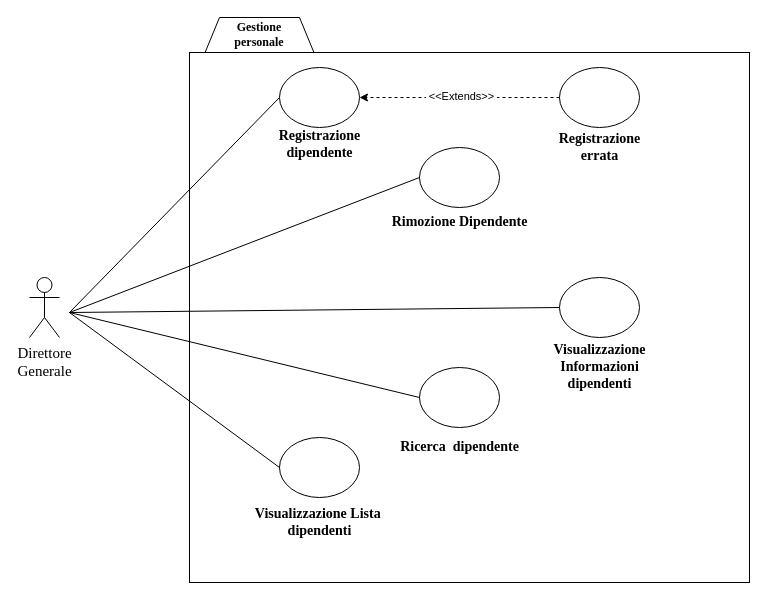
Above: bozze/GestionePersonaleALPHA.drawio in Carmineh/IT-Manager (draw.io), before the change. Source tidied: cells renumbered, new cells numbered last; positions are measured from the earlier drawing's top-left corner, leaving out a move shared by most shapes. Both pictures are drawn from the tidied source at 100%, with x=0, y=0 at pixel (29, 17).
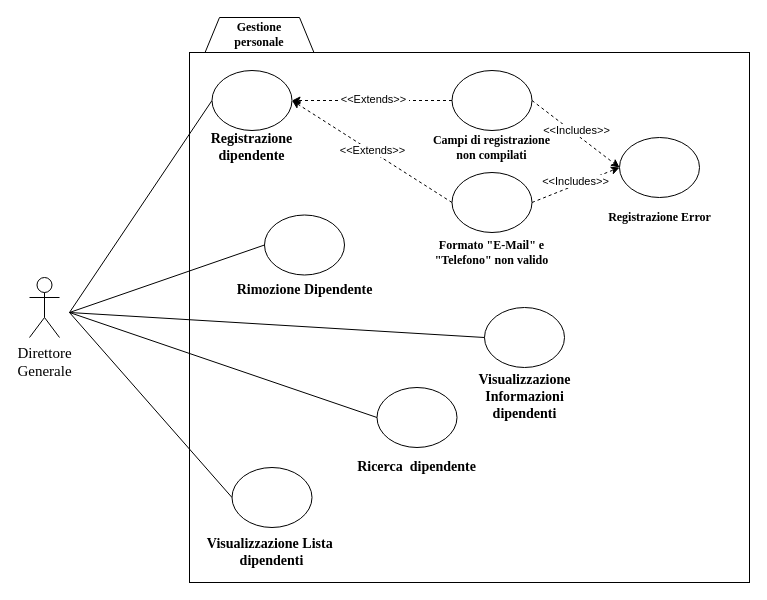
The same page after the edit.

Change to the diagram source:
```diff
@@
     <mxCell id="4" value="&lt;div&gt;&lt;font face=&quot;Times New Roman&quot;&gt;&lt;span style=&quot;font-size: 14px&quot;&gt;&lt;b&gt;Ricerca &amp;nbsp;dipendente&lt;/b&gt;&lt;/span&gt;&lt;/font&gt;&lt;/div&gt;" style="text;html=1;strokeColor=none;fillColor=none;align=center;verticalAlign=middle;whiteSpace=wrap;rounded=0;" parent="1" vertex="1">
-      <mxGeometry x="357.5" y="420" width="145" height="20" as="geometry" />
+      <mxGeometry x="315" y="440" width="145" height="20" as="geometry" />
     </mxCell>
@@
     <mxCell id="6" value="&lt;div&gt;&lt;br&gt;&lt;/div&gt;&lt;div&gt;&lt;br&gt;&lt;/div&gt;&lt;div&gt;&lt;br&gt;&lt;/div&gt;&lt;div&gt;&lt;br&gt;&lt;/div&gt;&lt;div&gt;&lt;br&gt;&lt;/div&gt;&lt;div&gt;&lt;br&gt;&lt;/div&gt;" style="ellipse;whiteSpace=wrap;html=1;" parent="1" vertex="1">
-      <mxGeometry x="530" y="260" width="80" height="60" as="geometry" />
+      <mxGeometry x="455" y="290" width="80" height="60" as="geometry" />
     </mxCell>
     <mxCell id="7" value="&lt;div&gt;&lt;br&gt;&lt;/div&gt;&lt;div&gt;&lt;br&gt;&lt;/div&gt;&lt;div&gt;&lt;br&gt;&lt;/div&gt;&lt;div&gt;&lt;br&gt;&lt;/div&gt;&lt;div&gt;&lt;br&gt;&lt;/div&gt;&lt;div&gt;&lt;br&gt;&lt;/div&gt;" style="ellipse;whiteSpace=wrap;html=1;" parent="1" vertex="1">
-      <mxGeometry x="250" y="420" width="80" height="60" as="geometry" />
+      <mxGeometry x="202.5" y="450" width="80" height="60" as="geometry" />
     </mxCell>
     <mxCell id="8" value="&lt;div&gt;&lt;br&gt;&lt;/div&gt;&lt;div&gt;&lt;br&gt;&lt;/div&gt;&lt;div&gt;&lt;br&gt;&lt;/div&gt;&lt;div&gt;&lt;br&gt;&lt;/div&gt;&lt;div&gt;&lt;br&gt;&lt;/div&gt;&lt;div&gt;&lt;br&gt;&lt;/div&gt;" style="ellipse;whiteSpace=wrap;html=1;" parent="1" vertex="1">
-      <mxGeometry x="390" y="350" width="80" height="60" as="geometry" />
+      <mxGeometry x="347.5" y="370" width="80" height="60" as="geometry" />
     </mxCell>
@@
     <mxCell id="11" value="&lt;font face=&quot;Times New Roman&quot;&gt;&lt;span style=&quot;font-size: 14px&quot;&gt;&lt;b&gt;Rimozione Dipendente&lt;/b&gt;&lt;/span&gt;&lt;/font&gt;" style="text;html=1;strokeColor=none;fillColor=none;align=center;verticalAlign=middle;whiteSpace=wrap;rounded=0;" parent="1" vertex="1">
-      <mxGeometry x="357.5" y="195" width="145" height="20" as="geometry" />
+      <mxGeometry x="202.5" y="262.5" width="145" height="20" as="geometry" />
     </mxCell>
     <mxCell id="12" value="&lt;font face=&quot;Times New Roman&quot;&gt;&lt;span style=&quot;font-size: 14px&quot;&gt;&lt;b&gt;Registrazione&lt;br&gt;dipendente&lt;br&gt;&lt;/b&gt;&lt;/span&gt;&lt;/font&gt;" style="text;html=1;strokeColor=none;fillColor=none;align=center;verticalAlign=middle;whiteSpace=wrap;rounded=0;" parent="1" vertex="1">
-      <mxGeometry x="217.5" y="117" width="145" height="20" as="geometry" />
+      <mxGeometry x="150" y="120" width="145" height="20" as="geometry" />
     </mxCell>
     <mxCell id="13" value="&lt;font face=&quot;Times New Roman&quot;&gt;&lt;span style=&quot;font-size: 14px&quot;&gt;&lt;b&gt;Visualizzazione Informazioni dipendenti&lt;/b&gt;&lt;/span&gt;&lt;/font&gt;" style="text;html=1;strokeColor=none;fillColor=none;align=center;verticalAlign=middle;whiteSpace=wrap;rounded=0;" parent="1" vertex="1">
-      <mxGeometry x="497.5" y="340" width="145" height="20" as="geometry" />
+      <mxGeometry x="422.5" y="370" width="145" height="20" as="geometry" />
     </mxCell>
     <mxCell id="14" value="&lt;font face=&quot;Times New Roman&quot;&gt;&lt;span style=&quot;font-size: 14px&quot;&gt;&lt;b&gt;Visualizzazione Lista&amp;nbsp;&lt;br&gt;dipendenti&lt;br&gt;&lt;/b&gt;&lt;/span&gt;&lt;/font&gt;" style="text;html=1;strokeColor=none;fillColor=none;align=center;verticalAlign=middle;whiteSpace=wrap;rounded=0;" parent="1" vertex="1">
-      <mxGeometry x="217.5" y="495" width="145" height="20" as="geometry" />
+      <mxGeometry x="170" y="525" width="145" height="20" as="geometry" />
     </mxCell>
     <mxCell id="15" value="&lt;div&gt;&lt;br&gt;&lt;/div&gt;&lt;div&gt;&lt;br&gt;&lt;/div&gt;&lt;div&gt;&lt;br&gt;&lt;/div&gt;&lt;div&gt;&lt;br&gt;&lt;/div&gt;&lt;div&gt;&lt;br&gt;&lt;/div&gt;&lt;div&gt;&lt;br&gt;&lt;/div&gt;" style="ellipse;whiteSpace=wrap;html=1;" parent="1" vertex="1">
-      <mxGeometry x="390" y="130" width="80" height="60" as="geometry" />
+      <mxGeometry x="235" y="197.5" width="80" height="60" as="geometry" />
     </mxCell>
@@
     <mxCell id="21" value="&lt;div&gt;&lt;br&gt;&lt;/div&gt;&lt;div&gt;&lt;br&gt;&lt;/div&gt;&lt;div&gt;&lt;br&gt;&lt;/div&gt;&lt;div&gt;&lt;br&gt;&lt;/div&gt;&lt;div&gt;&lt;br&gt;&lt;/div&gt;&lt;div&gt;&lt;br&gt;&lt;/div&gt;" style="ellipse;whiteSpace=wrap;html=1;" parent="1" vertex="1">
-      <mxGeometry x="250" y="50" width="80" height="60" as="geometry" />
+      <mxGeometry x="182.5" y="53" width="80" height="60" as="geometry" />
     </mxCell>
     <mxCell id="22" value="&lt;div&gt;&lt;br&gt;&lt;/div&gt;&lt;div&gt;&lt;br&gt;&lt;/div&gt;&lt;div&gt;&lt;br&gt;&lt;/div&gt;&lt;div&gt;&lt;br&gt;&lt;/div&gt;&lt;div&gt;&lt;br&gt;&lt;/div&gt;&lt;div&gt;&lt;br&gt;&lt;/div&gt;" style="ellipse;whiteSpace=wrap;html=1;" parent="1" vertex="1">
-      <mxGeometry x="530" y="50" width="80" height="60" as="geometry" />
+      <mxGeometry x="422.5" y="53" width="80" height="60" as="geometry" />
     </mxCell>
-    <mxCell id="23" value="&lt;font face=&quot;Times New Roman&quot;&gt;&lt;span style=&quot;font-size: 14px&quot;&gt;&lt;b&gt;Registrazione&lt;br&gt;errata&lt;br&gt;&lt;/b&gt;&lt;/span&gt;&lt;/font&gt;" style="text;html=1;strokeColor=none;fillColor=none;align=center;verticalAlign=middle;whiteSpace=wrap;rounded=0;" parent="1" vertex="1">
-      <mxGeometry x="497.5" y="120" width="145" height="20" as="geometry" />
+    <mxCell id="23" value="&lt;div&gt;&lt;b&gt;&lt;font face=&quot;Times New Roman&quot;&gt;Campi di registrazione&lt;/font&gt;&lt;/b&gt;&lt;/div&gt;&lt;div&gt;&lt;b&gt;&lt;font face=&quot;Times New Roman&quot;&gt;non compilat&lt;/font&gt;&lt;font face=&quot;Times New Roman&quot;&gt;i&lt;/font&gt;&lt;br&gt;&lt;/b&gt;&lt;/div&gt;" style="text;html=1;strokeColor=none;fillColor=none;align=center;verticalAlign=middle;whiteSpace=wrap;rounded=0;" parent="1" vertex="1">
+      <mxGeometry x="390" y="120" width="145" height="20" as="geometry" />
     </mxCell>
@@
+    <mxCell id="25" style="endArrow=classic;html=1;dashed=1;entryX=1;entryY=0.5;entryDx=0;entryDy=0;exitX=0;exitY=0.5;exitDx=0;exitDy=0;" parent="1" edge="1" source="27" target="21">
+      <mxGeometry relative="1" as="geometry" />
+    </mxCell>
+    <mxCell id="26" value="&amp;nbsp;&amp;lt;&amp;lt;Extends&amp;gt;&amp;gt;&amp;nbsp;" style="edgeLabel;html=1;align=center;verticalAlign=middle;" parent="25" vertex="1">
+      <mxGeometry x="-0.01" y="1" relative="1" as="geometry">
+        <mxPoint y="-3" as="offset" />
+      </mxGeometry>
+    </mxCell>
+    <mxCell id="27" value="&lt;div&gt;&lt;br&gt;&lt;/div&gt;&lt;div&gt;&lt;br&gt;&lt;/div&gt;&lt;div&gt;&lt;br&gt;&lt;/div&gt;&lt;div&gt;&lt;br&gt;&lt;/div&gt;&lt;div&gt;&lt;br&gt;&lt;/div&gt;&lt;div&gt;&lt;br&gt;&lt;/div&gt;" style="ellipse;whiteSpace=wrap;html=1;" parent="1" vertex="1">
+      <mxGeometry x="422.5" y="155" width="80" height="60" as="geometry" />
+    </mxCell>
+    <mxCell id="28" value="&lt;font face=&quot;Times New Roman&quot;&gt;&lt;b&gt;Formato &quot;E-Mail&quot; e &quot;Telefono&quot; non valido&lt;/b&gt;&lt;/font&gt;" style="text;html=1;strokeColor=none;fillColor=none;align=center;verticalAlign=middle;whiteSpace=wrap;rounded=0;" parent="1" vertex="1">
+      <mxGeometry x="390" y="225" width="145" height="20" as="geometry" />
+    </mxCell>
+    <mxCell id="29" value="&lt;div&gt;&lt;br&gt;&lt;/div&gt;&lt;div&gt;&lt;br&gt;&lt;/div&gt;&lt;div&gt;&lt;br&gt;&lt;/div&gt;&lt;div&gt;&lt;br&gt;&lt;/div&gt;&lt;div&gt;&lt;br&gt;&lt;/div&gt;&lt;div&gt;&lt;br&gt;&lt;/div&gt;" style="ellipse;whiteSpace=wrap;html=1;" parent="1" vertex="1">
+      <mxGeometry x="590" y="120" width="80" height="60" as="geometry" />
+    </mxCell>
+    <mxCell id="30" value="&lt;font face=&quot;Times New Roman&quot;&gt;&lt;b&gt;Registrazione Error&lt;/b&gt;&lt;/font&gt;" style="text;html=1;strokeColor=none;fillColor=none;align=center;verticalAlign=middle;whiteSpace=wrap;rounded=0;" parent="1" vertex="1">
+      <mxGeometry x="557.5" y="190" width="145" height="20" as="geometry" />
+    </mxCell>
+    <mxCell id="31" style="endArrow=classic;html=1;dashed=1;entryX=0;entryY=0.5;entryDx=0;entryDy=0;exitX=1;exitY=0.5;exitDx=0;exitDy=0;" parent="1" edge="1" source="22" target="29">
+      <mxGeometry relative="1" as="geometry" />
+    </mxCell>
+    <mxCell id="32" value="&amp;nbsp;&amp;lt;&amp;lt;Includes&amp;gt;&amp;gt;&amp;nbsp;" style="edgeLabel;html=1;align=center;verticalAlign=middle;" parent="31" vertex="1">
+      <mxGeometry x="-0.01" y="1" relative="1" as="geometry">
+        <mxPoint y="-3" as="offset" />
+      </mxGeometry>
+    </mxCell>
+    <mxCell id="33" style="endArrow=classic;html=1;dashed=1;entryX=0;entryY=0.5;entryDx=0;entryDy=0;exitX=1;exitY=0.5;exitDx=0;exitDy=0;" parent="1" edge="1" source="27">
+      <mxGeometry relative="1" as="geometry">
+        <mxPoint x="590" y="150" as="targetPoint" />
+      </mxGeometry>
+    </mxCell>
+    <mxCell id="34" value="&amp;nbsp;&amp;lt;&amp;lt;Includes&amp;gt;&amp;gt;&amp;nbsp;" style="edgeLabel;html=1;align=center;verticalAlign=middle;" parent="33" vertex="1">
+      <mxGeometry x="-0.01" y="1" relative="1" as="geometry">
+        <mxPoint y="-3" as="offset" />
+      </mxGeometry>
+    </mxCell>
```
